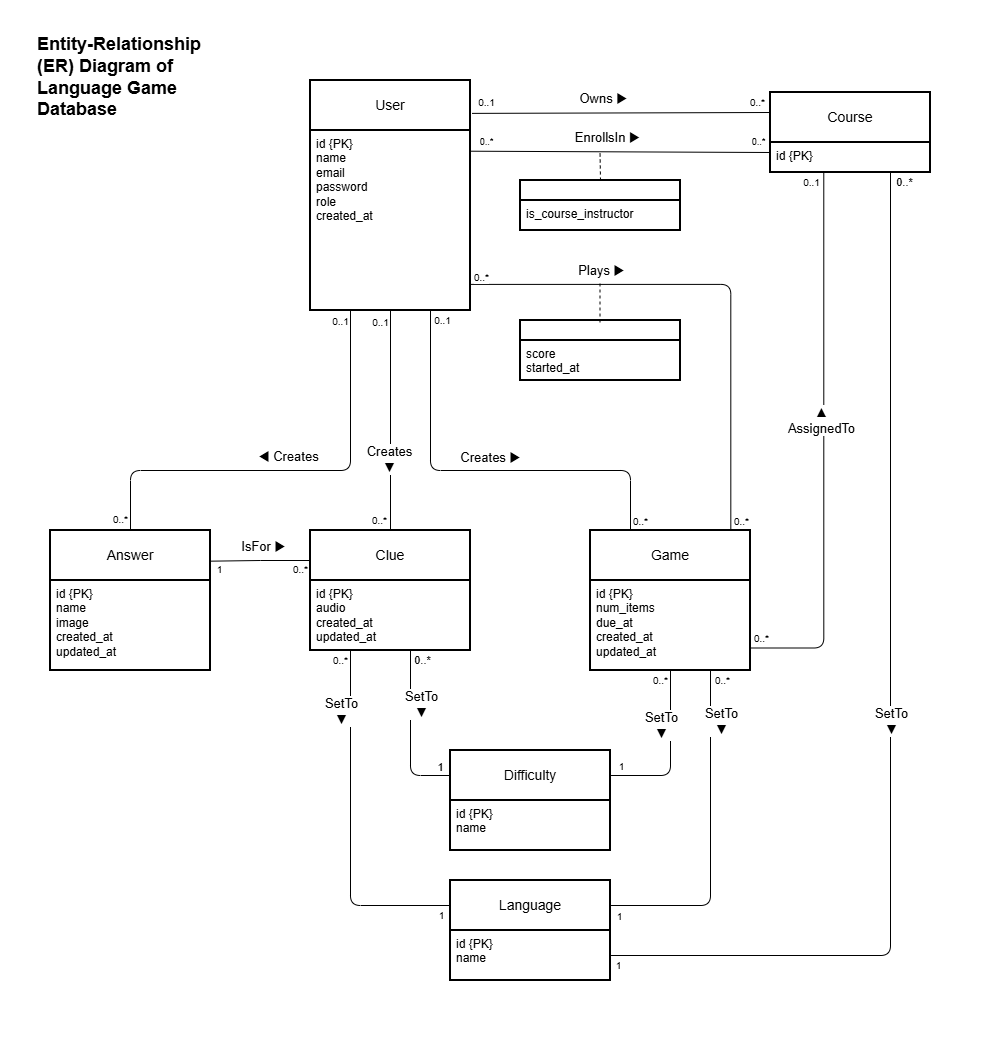
This is docs/system-design/db-design/ER-diagram.drawio.png from COSC-499-W2026/capstone-project-team-9, a draw.io export, as it was before one commit. Source tidied: cells renumbered, new cells last; positions are measured from the earlier drawing's top-left corner, leaving out a move shared by most shapes.
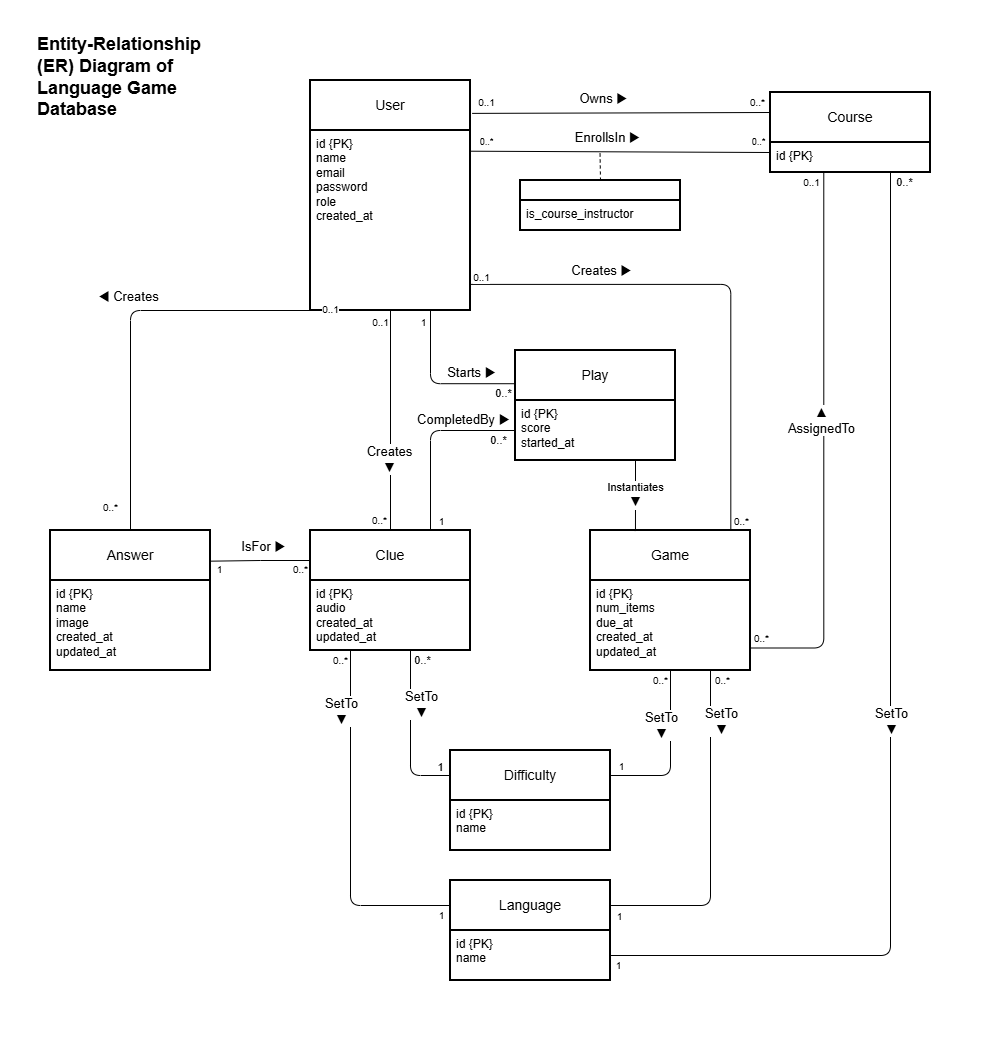
Later version of the same file.

Commit message:
Make 'Play' an entity and add 'CompletedBy' relationship in ER Diagram

Diff of the diagram source:
```diff
@@ -30,12 +30,12 @@
         </Array>
       </mxGeometry>
     </mxCell>
-    <mxCell id="8" value="Plays ▶" style="edgeLabel;html=1;align=center;verticalAlign=middle;fontSize=13;" parent="7" vertex="1">
+    <mxCell id="8" value="Creates ▶" style="edgeLabel;html=1;align=center;verticalAlign=middle;fontSize=13;" parent="7" vertex="1">
       <mxGeometry x="0.18" y="1" relative="1" as="geometry">
         <mxPoint x="-131" y="-53" as="offset" />
       </mxGeometry>
     </mxCell>
-    <mxCell id="9" value="0..*" style="edgeLabel;html=1;align=center;verticalAlign=middle;fontSize=10;" parent="7" vertex="1">
+    <mxCell id="9" value="0..1" style="edgeLabel;html=1;align=center;verticalAlign=middle;fontSize=10;" parent="7" vertex="1">
       <mxGeometry x="-0.94" y="1" relative="1" as="geometry">
         <mxPoint x="-6" y="-6" as="offset" />
       </mxGeometry>
@@ -227,8 +227,7 @@
     <mxCell id="52" style="edgeStyle=orthogonalEdgeStyle;rounded=1;jettySize=auto;html=1;exitX=0.25;exitY=1;exitDx=0;exitDy=0;entryX=0.5;entryY=0;entryDx=0;entryDy=0;endArrow=none;endFill=0;curved=0;" parent="1" edge="1" source="11" target="19">
       <mxGeometry relative="1" as="geometry">
         <Array as="points">
-          <mxPoint x="350" y="470" />
-          <mxPoint x="130" y="470" />
+          <mxPoint x="130" y="310" />
         </Array>
       </mxGeometry>
     </mxCell>
@@ -247,29 +246,28 @@
         <mxPoint x="-230" y="197" as="offset" />
       </mxGeometry>
     </mxCell>
-    <mxCell id="56" style="edgeStyle=orthogonalEdgeStyle;rounded=1;jettySize=auto;html=1;endArrow=none;endFill=0;entryX=0.25;entryY=0;entryDx=0;entryDy=0;exitX=0.75;exitY=1;exitDx=0;exitDy=0;curved=0;" parent="1" edge="1" source="11" target="23">
-      <mxGeometry x="-0.08" relative="1" as="geometry">
+    <mxCell id="56" style="edgeStyle=orthogonalEdgeStyle;rounded=1;jettySize=auto;html=1;endArrow=none;endFill=0;entryX=0.01;entryY=0.302;entryDx=0;entryDy=0;exitX=0.75;exitY=1;exitDx=0;exitDy=0;libavoidRouting=1;entryPerimeter=0;" parent="1" edge="1" source="11" target="77">
+      <mxGeometry x="-0.21" relative="1" as="geometry">
         <Array as="points">
-          <mxPoint x="430" y="470" />
-          <mxPoint x="630" y="470" />
+          <mxPoint x="430" y="383.2" />
         </Array>
       </mxGeometry>
     </mxCell>
-    <mxCell id="57" value="Creates ▶" style="edgeLabel;html=1;align=center;verticalAlign=middle;fontSize=13;rounded=0;" parent="56" vertex="1">
-      <mxGeometry x="-0.26" y="-1" relative="1" as="geometry">
-        <mxPoint x="60" y="-9" as="offset" />
+    <mxCell id="57" value="Starts ▶" style="edgeLabel;html=1;align=center;verticalAlign=middle;fontSize=13;rounded=0;" parent="56" vertex="1">
+      <mxGeometry x="-0.37" y="-1" relative="1" as="geometry">
+        <mxPoint x="41" y="11" as="offset" />
       </mxGeometry>
     </mxCell>
-    <mxCell id="58" value="0..1" style="edgeLabel;html=1;align=center;verticalAlign=middle;fontSize=10;" parent="56" vertex="1">
-      <mxGeometry x="-0.96" relative="1" as="geometry">
-        <mxPoint x="11" as="offset" />
+    <mxCell id="58" value="1" style="edgeLabel;html=1;align=center;verticalAlign=middle;fontSize=10;" parent="56" vertex="1">
+      <mxGeometry x="-0.87" relative="1" as="geometry">
+        <mxPoint x="-8" y="1" as="offset" />
       </mxGeometry>
     </mxCell>
-    <mxCell id="59" value="0..*" style="edgeLabel;html=1;align=center;verticalAlign=middle;fontSize=10;" parent="56" vertex="1">
-      <mxGeometry x="-0.96" relative="1" as="geometry">
-        <mxPoint x="209" y="201" as="offset" />
-      </mxGeometry>
-    </mxCell>
+    <mxCell id="76" value="0..*" style="edgeLabel;html=1;align=center;verticalAlign=middle;" parent="56" vertex="1">
+      <mxGeometry x="0.82" relative="1" as="geometry">
+        <mxPoint y="9" as="offset" />
+      </mxGeometry>
+    </mxCell>
     <mxCell id="60" style="endArrow=none;html=1;rounded=1;exitX=0.25;exitY=1;exitDx=0;exitDy=0;edgeStyle=orthogonalEdgeStyle;entryX=0;entryY=0.25;entryDx=0;entryDy=0;libavoidRouting=1;curved=0;" parent="1" edge="1" source="22" target="15">
       <mxGeometry relative="1" as="geometry">
         <Array as="points">
@@ -341,17 +339,46 @@
     <mxCell id="72" value="Entity-Relationship (ER) Diagram of Language Game Database" style="text;html=1;whiteSpace=wrap;strokeColor=none;fillColor=none;align=left;verticalAlign=middle;rounded=0;fontSize=18;fontStyle=1;" parent="1" vertex="1">
       <mxGeometry x="35" y="62" width="190" height="30" as="geometry" />
     </mxCell>
-    <mxCell id="73" style="swimlane;horizontal=1;startSize=20;rounded=0;fontSize=14;fontStyle=0;strokeWidth=2;shadow=0;dashed=0;align=center;arcSize=4;whiteSpace=wrap;html=1;" parent="1" vertex="1">
-      <mxGeometry x="520" y="320" width="160" height="60" as="geometry" />
-    </mxCell>
-    <mxCell id="74" value="score&lt;div&gt;started_at&lt;/div&gt;" style="align=left;strokeColor=none;fillColor=none;spacingLeft=4;spacingRight=4;fontSize=12;verticalAlign=top;html=1;whiteSpace=wrap;rounded=0;" parent="73" vertex="1">
-      <mxGeometry y="20" width="160" height="40" as="geometry" />
-    </mxCell>
-    <mxCell id="75" style="rounded=0;orthogonalLoop=1;jettySize=auto;html=1;startArrow=none;startFill=0;endArrow=none;endFill=0;dashed=1;exitX=0.5;exitY=0;exitDx=0;exitDy=0;" parent="1" edge="1">
-      <mxGeometry relative="1" as="geometry">
-        <mxPoint x="599.5" y="322" as="sourcePoint" />
-        <mxPoint x="599.5" y="281" as="targetPoint" />
-      </mxGeometry>
-    </mxCell>
+    <mxCell id="77" value="Play" style="swimlane;horizontal=1;startSize=50;rounded=0;fontSize=14;fontStyle=0;strokeWidth=2;shadow=0;dashed=0;align=center;arcSize=4;whiteSpace=wrap;html=1;" parent="1" vertex="1">
+      <mxGeometry x="515" y="350" width="160" height="110" as="geometry" />
+    </mxCell>
+    <mxCell id="78" value="id {PK}&lt;div&gt;score&lt;/div&gt;&lt;div&gt;started_at&lt;br&gt;&lt;div&gt;&lt;br&gt;&lt;/div&gt;&lt;/div&gt;" style="align=left;strokeColor=none;fillColor=none;spacingLeft=4;spacingRight=4;fontSize=12;verticalAlign=top;html=1;whiteSpace=wrap;rounded=0;" parent="77" vertex="1">
+      <mxGeometry y="50" width="160" height="60" as="geometry" />
+    </mxCell>
+    <mxCell id="79" style="edgeStyle=orthogonalEdgeStyle;rounded=1;jettySize=auto;html=1;exitX=0.75;exitY=1;exitDx=0;exitDy=0;entryX=0.281;entryY=0.004;entryDx=0;entryDy=0;entryPerimeter=0;endArrow=none;endFill=0;libavoidRouting=1;curved=0;" parent="1" edge="1" source="77" target="23">
+      <mxGeometry relative="1" as="geometry">
+        <Array as="points">
+          <mxPoint x="635" y="495" />
+          <mxPoint x="635" y="495" />
+        </Array>
+      </mxGeometry>
+    </mxCell>
+    <mxCell id="80" value="Instantiates&lt;br&gt;&lt;span style=&quot;font-size: 13px;&quot;&gt;▼&lt;/span&gt;" style="edgeLabel;html=1;align=center;verticalAlign=middle;" parent="79" vertex="1">
+      <mxGeometry x="0.03" relative="1" as="geometry">
+        <mxPoint y="-1" as="offset" />
+      </mxGeometry>
+    </mxCell>
+    <mxCell id="81" style="edgeStyle=orthogonalEdgeStyle;rounded=1;jettySize=auto;html=1;endArrow=none;endFill=0;entryX=0;entryY=0.5;entryDx=0;entryDy=0;exitX=0.75;exitY=0;exitDx=0;exitDy=0;libavoidRouting=1;" parent="1" edge="1" source="21" target="78">
+      <mxGeometry x="-0.21" relative="1" as="geometry">
+        <Array as="points">
+          <mxPoint x="430" y="430" />
+        </Array>
+      </mxGeometry>
+    </mxCell>
+    <mxCell id="82" value="CompletedBy ▶" style="edgeLabel;html=1;align=center;verticalAlign=middle;fontSize=13;rounded=0;" parent="81" vertex="1">
+      <mxGeometry x="-0.51" y="-1" relative="1" as="geometry">
+        <mxPoint x="31" y="-67" as="offset" />
+      </mxGeometry>
+    </mxCell>
+    <mxCell id="83" value="1" style="edgeLabel;html=1;align=center;verticalAlign=middle;fontSize=10;" parent="81" vertex="1">
+      <mxGeometry x="-0.9" relative="1" as="geometry">
+        <mxPoint x="10" y="-1" as="offset" />
+      </mxGeometry>
+    </mxCell>
+    <mxCell id="84" value="0..*" style="edgeLabel;html=1;align=center;verticalAlign=middle;" parent="81" vertex="1">
+      <mxGeometry x="0.81" relative="1" as="geometry">
+        <mxPoint y="9" as="offset" />
+      </mxGeometry>
+    </mxCell>
   </root>
 </mxGraphModel>
```
